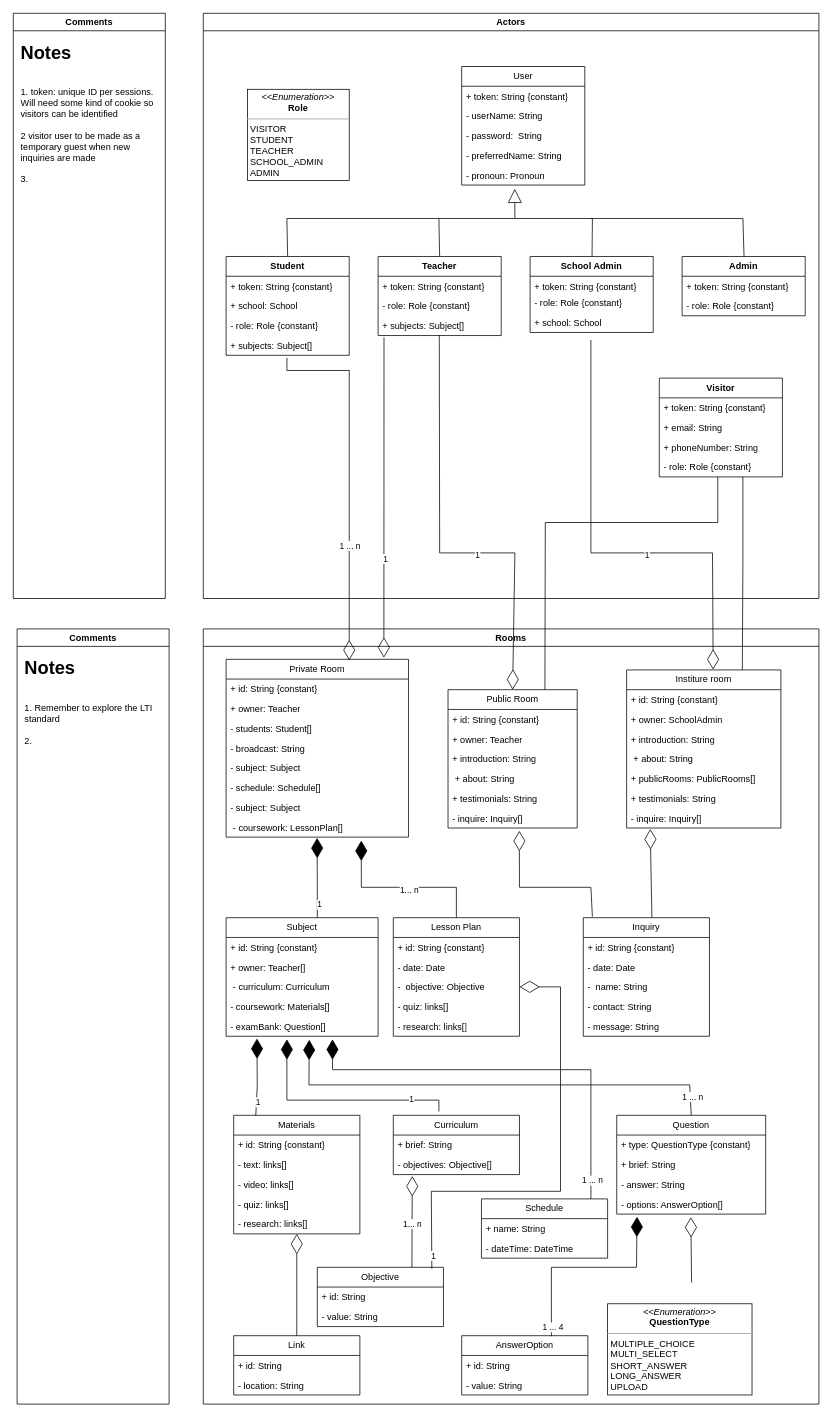
Before: docs/assets/Class Diagram.drawio in akshayvijaynair/music-academy-docs, a draw.io diagram. Source tidied: cells renumbered, new cells numbered last; positions are measured from the earlier drawing's top-left corner, leaving out a move shared by most shapes. Both pictures are drawn from the tidied source at 76%, with x=0, y=0 at pixel (13, 13).
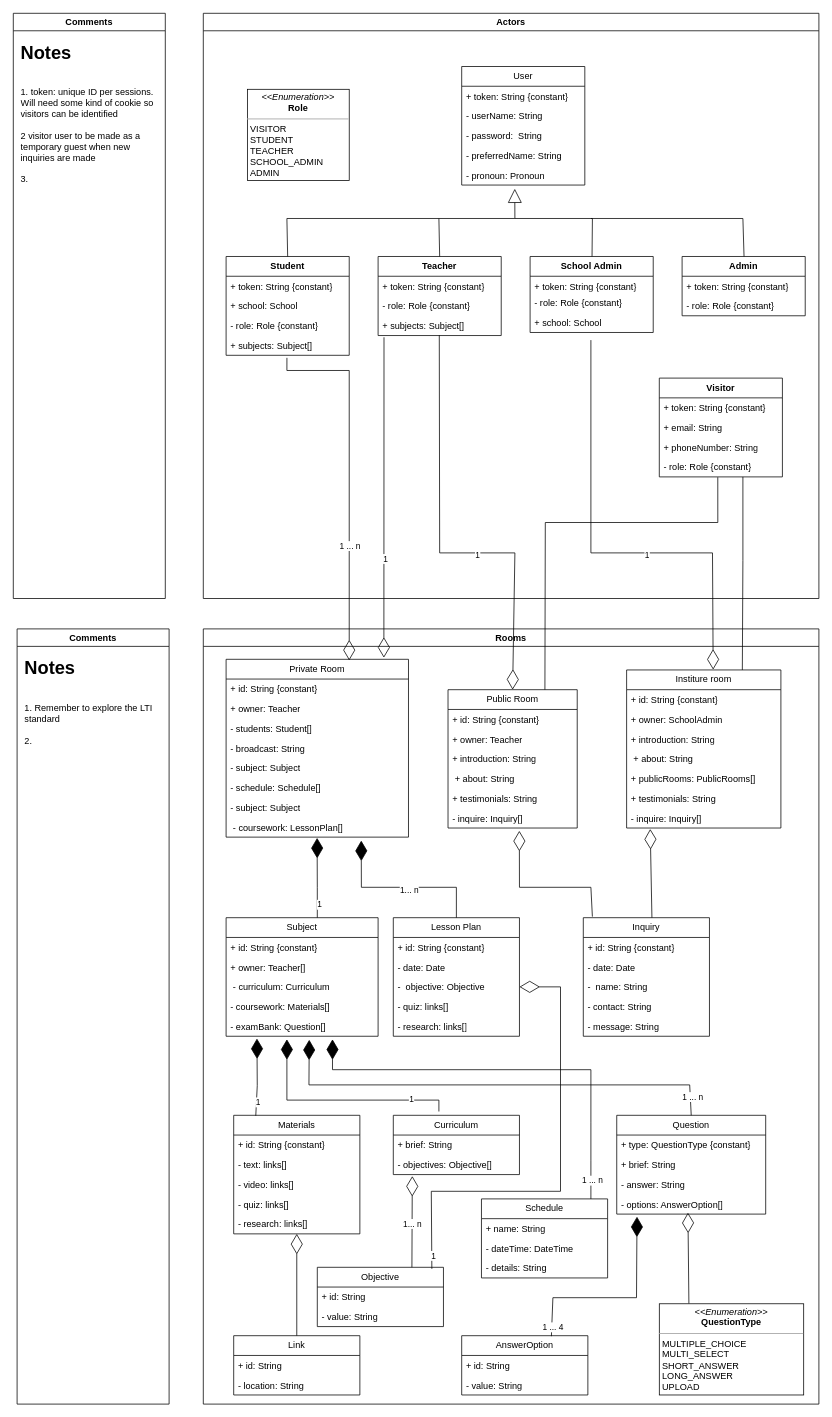
The same diagram, later.

Commit message:
feat(ClassDiagram): add attribute to schedule class

The change refers to these unchanged cells:
```xml
<mxCell id="35" value="Rooms" style="swimlane;whiteSpace=wrap;html=1;startSize=23;" parent="1" vertex="1">
  <mxGeometry x="250" y="810" width="810" height="1020" as="geometry" />
</mxCell>
<mxCell id="90" value="- options: AnswerOption[]" style="text;strokeColor=none;fillColor=none;align=left;verticalAlign=top;spacingLeft=4;spacingRight=4;overflow=hidden;points=[[0,0.5],[1,0.5]];portConstraint=eastwest;whiteSpace=wrap;html=1;" parent="86" vertex="1">
  <mxGeometry y="104" width="196" height="26" as="geometry" />
</mxCell>
<mxCell id="91" value="AnswerOption" style="swimlane;fontStyle=0;horizontal=1;startSize=26;fillColor=none;whiteSpace=wrap;html=1;" parent="35" vertex="1">
  <mxGeometry x="340" y="930" width="166" height="78" as="geometry" />
</mxCell>
```

Diff of the diagram source:
```diff
@@
     <mxCell id="94" value="&lt;p style=&quot;margin:0px;margin-top:4px;text-align:center;&quot;&gt;&lt;i&gt;&amp;lt;&amp;lt;Enumeration&amp;gt;&amp;gt;&lt;/i&gt;&lt;br&gt;&lt;b&gt;QuestionType&lt;/b&gt;&lt;/p&gt;&lt;hr size=&quot;1&quot;&gt;&lt;p style=&quot;margin:0px;margin-left:4px;&quot;&gt;MULTIPLE_CHOICE&lt;/p&gt;&lt;p style=&quot;margin:0px;margin-left:4px;&quot;&gt;MULTI_SELECT&lt;/p&gt;&lt;p style=&quot;margin:0px;margin-left:4px;&quot;&gt;SHORT_ANSWER&lt;/p&gt;&lt;p style=&quot;margin:0px;margin-left:4px;&quot;&gt;LONG_ANSWER&lt;/p&gt;&lt;p style=&quot;margin:0px;margin-left:4px;&quot;&gt;UPLOAD&lt;/p&gt;&lt;p style=&quot;margin:0px;margin-left:4px;&quot;&gt;&lt;br&gt;&lt;/p&gt;" style="verticalAlign=top;align=left;overflow=fill;fontSize=12;fontFamily=Helvetica;html=1;whiteSpace=wrap;" parent="35" vertex="1">
-      <mxGeometry x="532" y="888" width="190" height="120" as="geometry" />
+      <mxGeometry x="600" y="888" width="190" height="120" as="geometry" />
     </mxCell>
     <mxCell id="95" style="endArrow=diamondThin;endFill=1;endSize=24;html=1;rounded=0;exitX=0.711;exitY=0.009;exitDx=0;exitDy=0;entryX=0.136;entryY=1.131;entryDx=0;entryDy=0;entryPerimeter=0;exitPerimeter=0;" parent="35" edge="1" source="91" target="90">
       <mxGeometry relative="1" as="geometry">
         <Array as="points">
-          <mxPoint x="458" y="840" />
-          <mxPoint x="570" y="840" />
+          <mxPoint x="460" y="880" />
+          <mxPoint x="570" y="880" />
         </Array>
       </mxGeometry>
     </mxCell>
@@
-    <mxCell id="118" style="endArrow=diamondThin;endFill=0;endSize=24;html=1;rounded=0;exitX=0.5;exitY=0;exitDx=0;exitDy=0;entryX=0.417;entryY=1.162;entryDx=0;entryDy=0;entryPerimeter=0;" parent="35" edge="1">
-      <mxGeometry relative="1" as="geometry">
-        <mxPoint x="642.5" y="860" as="sourcePoint" />
-        <mxPoint x="641.5" y="774" as="targetPoint" />
-      </mxGeometry>
+    <mxCell id="118" style="endArrow=diamondThin;endFill=0;endSize=24;html=1;rounded=0;entryX=0.478;entryY=0.929;entryDx=0;entryDy=0;entryPerimeter=0;exitX=0.205;exitY=-0.004;exitDx=0;exitDy=0;exitPerimeter=0;" parent="35" edge="1" source="94" target="90">
+      <mxGeometry relative="1" as="geometry" />
     </mxCell>
@@
     <mxCell id="122" value="Schedule" style="swimlane;fontStyle=0;horizontal=1;startSize=26;fillColor=none;whiteSpace=wrap;html=1;" parent="35" vertex="1">
-      <mxGeometry x="366" y="750" width="166" height="78" as="geometry" />
+      <mxGeometry x="366" y="750" width="166" height="104" as="geometry" />
     </mxCell>
@@
+    <mxCell id="141" value="- details: String" style="text;strokeColor=none;fillColor=none;align=left;verticalAlign=top;spacingLeft=4;spacingRight=4;overflow=hidden;whiteSpace=wrap;html=1;" parent="122" vertex="1">
+      <mxGeometry y="78" width="166" height="26" as="geometry" />
+    </mxCell>
```
